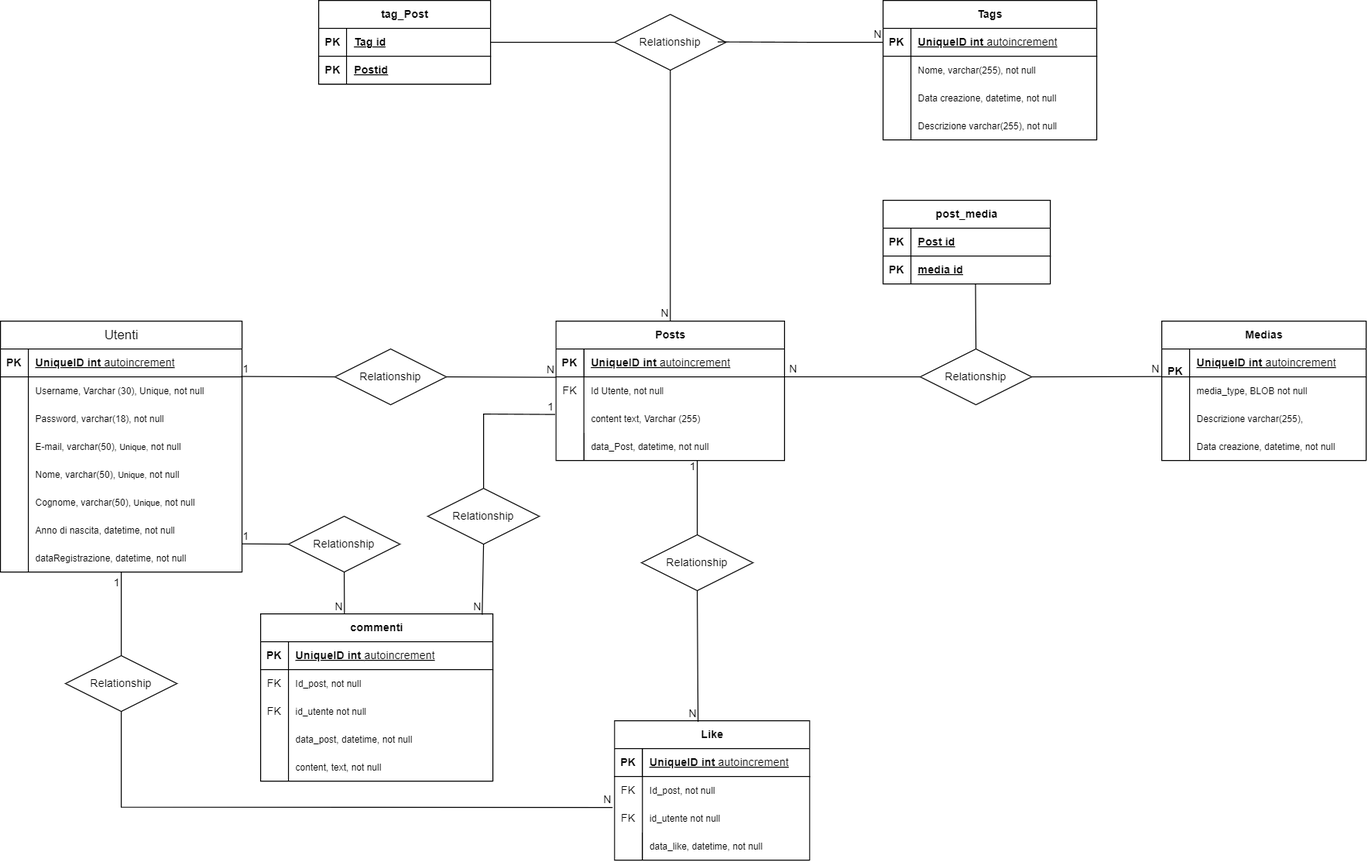
This is diagramma.png from AntonioImparato/social-platform, a draw.io export, as it was before one commit. Source tidied: cells renumbered, new cells last; positions are measured from the earlier drawing's top-left corner, leaving out a move shared by most shapes.
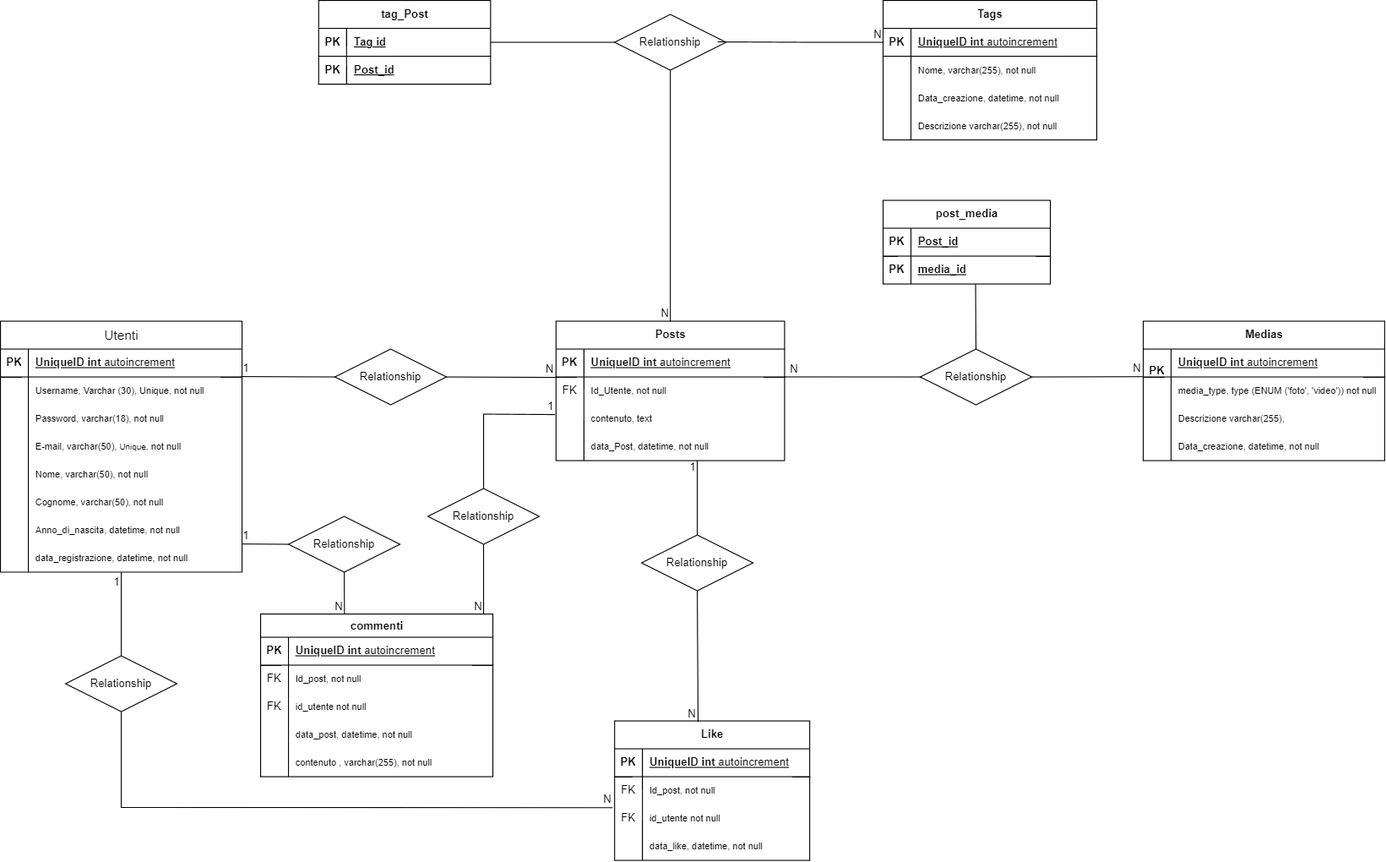
Above is the later version.

Diff of the diagram source:
```diff
@@ -49,3 +49,3 @@
     </mxCell>
-    <mxCell id="17" value="&lt;span style=&quot;font-size: 10px;&quot;&gt;Nome, varchar(50),&amp;nbsp;&lt;/span&gt;&lt;span style=&quot;font-size: 9px;&quot;&gt;Unique,&lt;/span&gt;&lt;span style=&quot;font-size: 10px;&quot;&gt;&amp;nbsp;not null&lt;/span&gt;" style="shape=partialRectangle;fillColor=none;top=0;left=0;bottom=0;right=0;align=left;spacingLeft=6;overflow=hidden;whiteSpace=wrap;html=1;" parent="15" vertex="1">
+    <mxCell id="17" value="&lt;span style=&quot;font-size: 10px;&quot;&gt;Nome, varchar(50),&amp;nbsp;&lt;/span&gt;&lt;span style=&quot;font-size: 10px;&quot;&gt;not null&lt;/span&gt;" style="shape=partialRectangle;fillColor=none;top=0;left=0;bottom=0;right=0;align=left;spacingLeft=6;overflow=hidden;whiteSpace=wrap;html=1;" parent="15" vertex="1">
       <mxGeometry x="30" width="230" height="30" as="geometry" />
@@ -58,3 +58,3 @@
     </mxCell>
-    <mxCell id="20" value="&lt;span style=&quot;font-size: 10px;&quot;&gt;Cognome, varchar(50),&amp;nbsp;&lt;/span&gt;&lt;span style=&quot;font-size: 9px;&quot;&gt;Unique,&lt;/span&gt;&lt;span style=&quot;font-size: 10px;&quot;&gt;&amp;nbsp;not null&lt;/span&gt;" style="shape=partialRectangle;fillColor=none;top=0;left=0;bottom=0;right=0;align=left;spacingLeft=6;overflow=hidden;whiteSpace=wrap;html=1;" parent="18" vertex="1">
+    <mxCell id="20" value="&lt;span style=&quot;font-size: 10px;&quot;&gt;Cognome, varchar(50)&lt;/span&gt;&lt;span style=&quot;font-size: 9px;&quot;&gt;,&lt;/span&gt;&lt;span style=&quot;font-size: 10px;&quot;&gt;&amp;nbsp;not null&lt;/span&gt;" style="shape=partialRectangle;fillColor=none;top=0;left=0;bottom=0;right=0;align=left;spacingLeft=6;overflow=hidden;whiteSpace=wrap;html=1;" parent="18" vertex="1">
       <mxGeometry x="30" width="230" height="30" as="geometry" />
@@ -67,3 +67,3 @@
     </mxCell>
-    <mxCell id="23" value="&lt;span style=&quot;font-size: 10px;&quot;&gt;Anno di nascita, datetime, not null&lt;/span&gt;" style="shape=partialRectangle;fillColor=none;top=0;left=0;bottom=0;right=0;align=left;spacingLeft=6;overflow=hidden;whiteSpace=wrap;html=1;" parent="21" vertex="1">
+    <mxCell id="23" value="&lt;span style=&quot;font-size: 10px;&quot;&gt;Anno_di_nascita, datetime, not null&lt;/span&gt;" style="shape=partialRectangle;fillColor=none;top=0;left=0;bottom=0;right=0;align=left;spacingLeft=6;overflow=hidden;whiteSpace=wrap;html=1;" parent="21" vertex="1">
       <mxGeometry x="30" width="230" height="30" as="geometry" />
@@ -76,3 +76,3 @@
     </mxCell>
-    <mxCell id="26" value="&lt;span style=&quot;font-size: 10px;&quot;&gt;dataRegistrazione, datetime, not null&lt;/span&gt;" style="shape=partialRectangle;fillColor=none;top=0;left=0;bottom=0;right=0;align=left;spacingLeft=6;overflow=hidden;whiteSpace=wrap;html=1;" parent="24" vertex="1">
+    <mxCell id="26" value="&lt;span style=&quot;font-size: 10px;&quot;&gt;data_registrazione, datetime, not null&lt;/span&gt;" style="shape=partialRectangle;fillColor=none;top=0;left=0;bottom=0;right=0;align=left;spacingLeft=6;overflow=hidden;whiteSpace=wrap;html=1;" parent="24" vertex="1">
       <mxGeometry x="30" width="230" height="30" as="geometry" />
@@ -97,3 +97,3 @@
     </mxCell>
-    <mxCell id="33" value="&lt;span style=&quot;font-size: 10px;&quot;&gt;Id Utente,&amp;nbsp;not null&lt;/span&gt;" style="shape=partialRectangle;fillColor=none;top=0;left=0;bottom=0;right=0;align=left;spacingLeft=6;overflow=hidden;whiteSpace=wrap;html=1;" parent="31" vertex="1">
+    <mxCell id="33" value="&lt;span style=&quot;font-size: 10px;&quot;&gt;Id_Utente,&amp;nbsp;not null&lt;/span&gt;" style="shape=partialRectangle;fillColor=none;top=0;left=0;bottom=0;right=0;align=left;spacingLeft=6;overflow=hidden;whiteSpace=wrap;html=1;" parent="31" vertex="1">
       <mxGeometry x="30" width="216" height="30" as="geometry" />
@@ -106,3 +106,3 @@
     </mxCell>
-    <mxCell id="36" value="&lt;span style=&quot;font-size: 10px;&quot;&gt;content text,&amp;nbsp;&lt;/span&gt;&lt;span style=&quot;font-size: 10px;&quot;&gt;Varchar (255)&lt;/span&gt;&lt;span style=&quot;font-size: 10px;&quot;&gt;&amp;nbsp;&lt;/span&gt;" style="shape=partialRectangle;fillColor=none;top=0;left=0;bottom=0;right=0;align=left;spacingLeft=6;overflow=hidden;whiteSpace=wrap;html=1;" parent="34" vertex="1">
+    <mxCell id="36" value="&lt;span style=&quot;font-size: 10px;&quot;&gt;contenuto,&amp;nbsp;&lt;/span&gt;&lt;span style=&quot;font-size: 10px;&quot;&gt;text&amp;nbsp;&lt;/span&gt;" style="shape=partialRectangle;fillColor=none;top=0;left=0;bottom=0;right=0;align=left;spacingLeft=6;overflow=hidden;whiteSpace=wrap;html=1;" parent="34" vertex="1">
       <mxGeometry x="30" width="216" height="30" as="geometry" />
@@ -145,3 +145,3 @@
     </mxCell>
-    <mxCell id="49" value="&lt;span style=&quot;font-size: 10px;&quot;&gt;Data creazione, datetime, not null&lt;/span&gt;" style="shape=partialRectangle;fillColor=none;top=0;left=0;bottom=0;right=0;align=left;spacingLeft=6;overflow=hidden;whiteSpace=wrap;html=1;" parent="47" vertex="1">
+    <mxCell id="49" value="&lt;span style=&quot;font-size: 10px;&quot;&gt;Data_creazione, datetime, not null&lt;/span&gt;" style="shape=partialRectangle;fillColor=none;top=0;left=0;bottom=0;right=0;align=left;spacingLeft=6;overflow=hidden;whiteSpace=wrap;html=1;" parent="47" vertex="1">
       <mxGeometry x="30" width="200" height="30" as="geometry" />
@@ -161,6 +161,6 @@
     <mxCell id="54" value="Medias" style="shape=table;startSize=30;rowLines=0;fontStyle=1;align=center;html=1;" parent="1" vertex="1">
-      <mxGeometry x="1250" y="345" width="220" height="150" as="geometry" />
+      <mxGeometry x="1230" y="345" width="260" height="150" as="geometry" />
     </mxCell>
     <mxCell id="55" style="shape=tableRow;horizontal=0;startSize=0;swimlaneHead=0;swimlaneBody=0;fillColor=none;points=[[0,0.5],[1,0.5]];portConstraint=eastwest;top=0;left=0;right=0;bottom=1;" parent="54" vertex="1">
-      <mxGeometry y="30" width="220" height="30" as="geometry" />
+      <mxGeometry y="30" width="260" height="30" as="geometry" />
     </mxCell>
@@ -170,6 +170,6 @@
     <mxCell id="57" value="UniqueID int&amp;nbsp;&lt;span style=&quot;font-weight: 400;&quot;&gt;autoincrement&lt;/span&gt;" style="shape=partialRectangle;fillColor=none;top=0;left=0;bottom=0;right=0;align=left;spacingLeft=6;fontStyle=5;overflow=hidden;whiteSpace=wrap;html=1;" parent="55" vertex="1">
-      <mxGeometry x="30" width="190" height="30" as="geometry" />
+      <mxGeometry x="30" width="230" height="30" as="geometry" />
     </mxCell>
     <mxCell id="58" style="shape=tableRow;horizontal=0;startSize=0;swimlaneHead=0;swimlaneBody=0;fillColor=none;top=0;left=0;right=0;bottom=0;" parent="54" vertex="1">
-      <mxGeometry y="60" width="220" height="30" as="geometry" />
+      <mxGeometry y="60" width="260" height="30" as="geometry" />
     </mxCell>
@@ -178,7 +178,7 @@
     </mxCell>
-    <mxCell id="60" value="&lt;span style=&quot;font-size: 10px;&quot;&gt;media_type,&amp;nbsp;BLOB not null&lt;/span&gt;" style="shape=partialRectangle;fillColor=none;top=0;left=0;bottom=0;right=0;align=left;spacingLeft=6;overflow=hidden;whiteSpace=wrap;html=1;" parent="58" vertex="1">
-      <mxGeometry x="30" width="190" height="30" as="geometry" />
+    <mxCell id="60" value="&lt;span style=&quot;font-size: 10px;&quot;&gt;media_type, type (ENUM ('foto', 'video')) not null&lt;/span&gt;" style="shape=partialRectangle;fillColor=none;top=0;left=0;bottom=0;right=0;align=left;spacingLeft=6;overflow=hidden;whiteSpace=wrap;html=1;" parent="58" vertex="1">
+      <mxGeometry x="30" width="230" height="30" as="geometry" />
     </mxCell>
     <mxCell id="61" style="shape=tableRow;horizontal=0;startSize=0;swimlaneHead=0;swimlaneBody=0;fillColor=none;top=0;left=0;right=0;bottom=0;" parent="54" vertex="1">
-      <mxGeometry y="90" width="220" height="30" as="geometry" />
+      <mxGeometry y="90" width="260" height="30" as="geometry" />
     </mxCell>
@@ -188,6 +188,6 @@
     <mxCell id="63" value="&lt;span style=&quot;font-size: 10px;&quot;&gt;Descrizione varchar(255),&amp;nbsp;&lt;/span&gt;" style="shape=partialRectangle;fillColor=none;top=0;left=0;bottom=0;right=0;align=left;spacingLeft=6;overflow=hidden;whiteSpace=wrap;html=1;" parent="61" vertex="1">
-      <mxGeometry x="30" width="190" height="30" as="geometry" />
+      <mxGeometry x="30" width="230" height="30" as="geometry" />
     </mxCell>
     <mxCell id="64" style="shape=tableRow;horizontal=0;startSize=0;swimlaneHead=0;swimlaneBody=0;fillColor=none;top=0;left=0;right=0;bottom=0;" parent="54" vertex="1">
-      <mxGeometry y="120" width="220" height="30" as="geometry" />
+      <mxGeometry y="120" width="260" height="30" as="geometry" />
     </mxCell>
@@ -196,4 +196,4 @@
     </mxCell>
-    <mxCell id="66" value="&lt;span style=&quot;font-size: 10px;&quot;&gt;Data creazione, datetime, not null&lt;/span&gt;" style="shape=partialRectangle;fillColor=none;top=0;left=0;bottom=0;right=0;align=left;spacingLeft=6;overflow=hidden;whiteSpace=wrap;html=1;" parent="64" vertex="1">
-      <mxGeometry x="30" width="190" height="30" as="geometry" />
+    <mxCell id="66" value="&lt;span style=&quot;font-size: 10px;&quot;&gt;Data_creazione, datetime, not null&lt;/span&gt;" style="shape=partialRectangle;fillColor=none;top=0;left=0;bottom=0;right=0;align=left;spacingLeft=6;overflow=hidden;whiteSpace=wrap;html=1;" parent="64" vertex="1">
+      <mxGeometry x="30" width="230" height="30" as="geometry" />
     </mxCell>
@@ -237,3 +237,3 @@
     </mxCell>
-    <mxCell id="78" value="Postid" style="shape=partialRectangle;fillColor=none;top=0;left=0;bottom=0;right=0;align=left;spacingLeft=6;fontStyle=5;overflow=hidden;whiteSpace=wrap;html=1;" parent="76" vertex="1">
+    <mxCell id="78" value="Post_id" style="shape=partialRectangle;fillColor=none;top=0;left=0;bottom=0;right=0;align=left;spacingLeft=6;fontStyle=5;overflow=hidden;whiteSpace=wrap;html=1;" parent="76" vertex="1">
       <mxGeometry x="30" width="155" height="30" as="geometry" />
@@ -286,3 +286,3 @@
     </mxCell>
-    <mxCell id="93" value="Post id" style="shape=partialRectangle;fillColor=none;top=0;left=0;bottom=0;right=0;align=left;spacingLeft=6;fontStyle=5;overflow=hidden;whiteSpace=wrap;html=1;" parent="91" vertex="1">
+    <mxCell id="93" value="Post_id" style="shape=partialRectangle;fillColor=none;top=0;left=0;bottom=0;right=0;align=left;spacingLeft=6;fontStyle=5;overflow=hidden;whiteSpace=wrap;html=1;" parent="91" vertex="1">
       <mxGeometry x="30" width="150" height="30" as="geometry" />
@@ -295,3 +295,3 @@
     </mxCell>
-    <mxCell id="96" value="&lt;span style=&quot;font-weight: 700; text-decoration-line: underline;&quot;&gt;media id&lt;/span&gt;" style="shape=partialRectangle;fillColor=none;top=0;left=0;bottom=0;right=0;align=left;spacingLeft=6;overflow=hidden;whiteSpace=wrap;html=1;" parent="94" vertex="1">
+    <mxCell id="96" value="&lt;span style=&quot;font-weight: 700; text-decoration-line: underline;&quot;&gt;media_id&lt;/span&gt;" style="shape=partialRectangle;fillColor=none;top=0;left=0;bottom=0;right=0;align=left;spacingLeft=6;overflow=hidden;whiteSpace=wrap;html=1;" parent="94" vertex="1">
       <mxGeometry x="30" width="150" height="30" as="geometry" />
@@ -301,7 +301,7 @@
     </mxCell>
-    <mxCell id="98" value="commenti" style="shape=table;startSize=30;rowLines=0;fontStyle=1;align=center;html=1;" parent="1" vertex="1">
-      <mxGeometry x="280" y="660" width="250" height="180" as="geometry" />
+    <mxCell id="98" value="commenti" style="shape=table;startSize=25;rowLines=0;fontStyle=1;align=center;html=1;" parent="1" vertex="1">
+      <mxGeometry x="280" y="660" width="250" height="175" as="geometry" />
     </mxCell>
     <mxCell id="99" style="shape=tableRow;horizontal=0;startSize=0;swimlaneHead=0;swimlaneBody=0;fillColor=none;top=0;left=0;right=0;bottom=1;" parent="98" vertex="1">
-      <mxGeometry y="30" width="250" height="30" as="geometry" />
+      <mxGeometry y="25" width="250" height="30" as="geometry" />
     </mxCell>
@@ -314,3 +314,3 @@
     <mxCell id="102" style="shape=tableRow;horizontal=0;startSize=0;swimlaneHead=0;swimlaneBody=0;fillColor=none;top=0;left=0;right=0;bottom=0;" parent="98" vertex="1">
-      <mxGeometry y="60" width="250" height="30" as="geometry" />
+      <mxGeometry y="55" width="250" height="30" as="geometry" />
     </mxCell>
@@ -323,3 +323,3 @@
     <mxCell id="105" style="shape=tableRow;horizontal=0;startSize=0;swimlaneHead=0;swimlaneBody=0;fillColor=none;top=0;left=0;right=0;bottom=0;" parent="98" vertex="1">
-      <mxGeometry y="90" width="250" height="30" as="geometry" />
+      <mxGeometry y="85" width="250" height="30" as="geometry" />
     </mxCell>
@@ -332,3 +332,3 @@
     <mxCell id="108" style="shape=tableRow;horizontal=0;startSize=0;swimlaneHead=0;swimlaneBody=0;fillColor=none;top=0;left=0;right=0;bottom=0;" parent="98" vertex="1">
-      <mxGeometry y="120" width="250" height="30" as="geometry" />
+      <mxGeometry y="115" width="250" height="30" as="geometry" />
     </mxCell>
@@ -341,3 +341,3 @@
     <mxCell id="111" style="shape=tableRow;horizontal=0;startSize=0;swimlaneHead=0;swimlaneBody=0;fillColor=none;top=0;left=0;right=0;bottom=0;" parent="98" vertex="1">
-      <mxGeometry y="150" width="250" height="30" as="geometry" />
+      <mxGeometry y="145" width="250" height="30" as="geometry" />
     </mxCell>
@@ -346,3 +346,3 @@
     </mxCell>
-    <mxCell id="113" value="&lt;span style=&quot;font-size: 10px;&quot;&gt;content, text, not null&amp;nbsp;&lt;/span&gt;" style="shape=partialRectangle;fillColor=none;top=0;left=0;bottom=0;right=0;align=left;spacingLeft=6;overflow=hidden;whiteSpace=wrap;html=1;" parent="111" vertex="1">
+    <mxCell id="113" value="&lt;span style=&quot;font-size: 10px;&quot;&gt;contenuto ,&amp;nbsp;&lt;/span&gt;&lt;span style=&quot;font-size: 10px;&quot;&gt;varchar(255)&lt;/span&gt;&lt;span style=&quot;font-size: 10px;&quot;&gt;, not null&amp;nbsp;&lt;/span&gt;" style="shape=partialRectangle;fillColor=none;top=0;left=0;bottom=0;right=0;align=left;spacingLeft=6;overflow=hidden;whiteSpace=wrap;html=1;" parent="111" vertex="1">
       <mxGeometry x="30" width="220" height="30" as="geometry" />
@@ -410,4 +410,9 @@
     </mxCell>
-    <mxCell id="133" style="endArrow=none;html=1;rounded=0;exitX=0.5;exitY=1;exitDx=0;exitDy=0;entryX=0.954;entryY=0.004;entryDx=0;entryDy=0;entryPerimeter=0;" parent="1" edge="1" source="132" target="98">
-      <mxGeometry relative="1" as="geometry" />
+    <mxCell id="133" style="endArrow=none;html=1;rounded=0;exitX=0.5;exitY=1;exitDx=0;exitDy=0;" parent="1" edge="1" source="132">
+      <mxGeometry relative="1" as="geometry">
+        <mxPoint x="520" y="660" as="targetPoint" />
+        <Array as="points">
+          <mxPoint x="520" y="655" />
+        </Array>
+      </mxGeometry>
     </mxCell>
```
